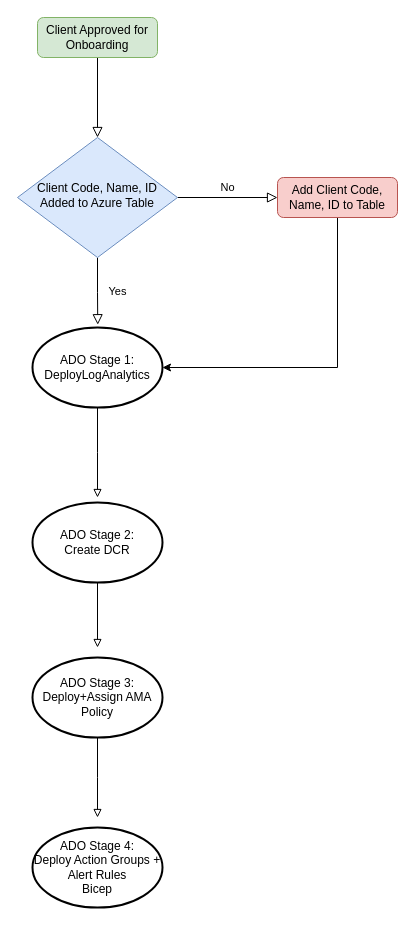
Before: solutions/ado_onboardingFlow.drawio in MicroAgeServicesOrg/Azure-Lighthouse-deploymentAutomation, a draw.io diagram. Source tidied: cells renumbered, new cells numbered last; positions are measured from the earlier drawing's top-left corner, leaving out a move shared by most shapes. Both pictures are drawn from the tidied source at 100%, with x=0, y=0 at pixel (17, 17).
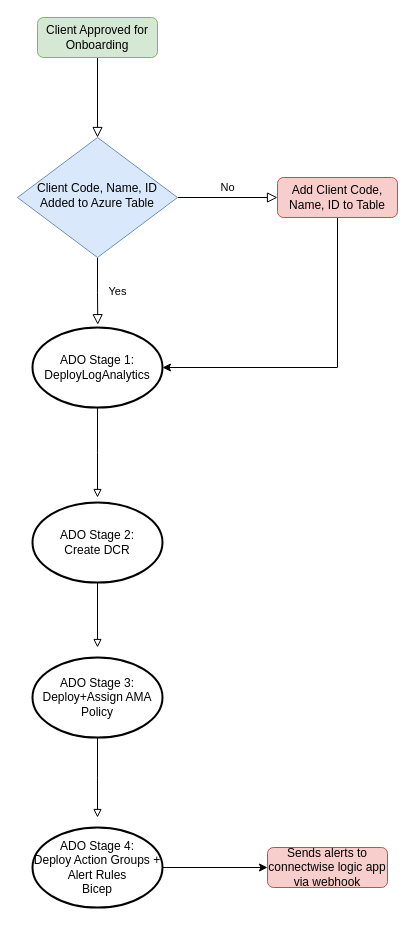
After the change.

Commit message:
added logic app flow

Unchanged cells that the change refers to:
```xml
<mxCell id="15" value="&lt;div&gt;ADO Stage 4: &lt;br&gt;&lt;/div&gt;&lt;div&gt;Deploy Action Groups + &lt;br&gt;&lt;/div&gt;&lt;div&gt;Alert Rules &lt;br&gt;&lt;/div&gt;&lt;div&gt;Bicep&lt;br&gt;&lt;/div&gt;" style="strokeWidth=2;html=1;shape=mxgraph.flowchart.start_1;whiteSpace=wrap;" parent="1" vertex="1">
  <mxGeometry x="15" y="810" width="130" height="80" as="geometry" />
</mxCell>
```

Change to the diagram source:
```diff
@@
+    <mxCell id="16" style="edgeStyle=orthogonalEdgeStyle;rounded=0;jettySize=auto;html=1;exitX=1;exitY=0.5;exitDx=0;exitDy=0;exitPerimeter=0;" parent="1" edge="1" source="15">
+      <mxGeometry relative="1" as="geometry">
+        <mxPoint x="250" y="850" as="targetPoint" />
+      </mxGeometry>
+    </mxCell>
@@
+    <mxCell id="17" value="Sends alerts to connectwise logic app via webhook" style="rounded=1;whiteSpace=wrap;html=1;fontSize=12;glass=0;strokeWidth=1;shadow=0;fillColor=#f8cecc;strokeColor=#b85450;" parent="1" vertex="1">
+      <mxGeometry x="250" y="830" width="120" height="40" as="geometry" />
+    </mxCell>
```
